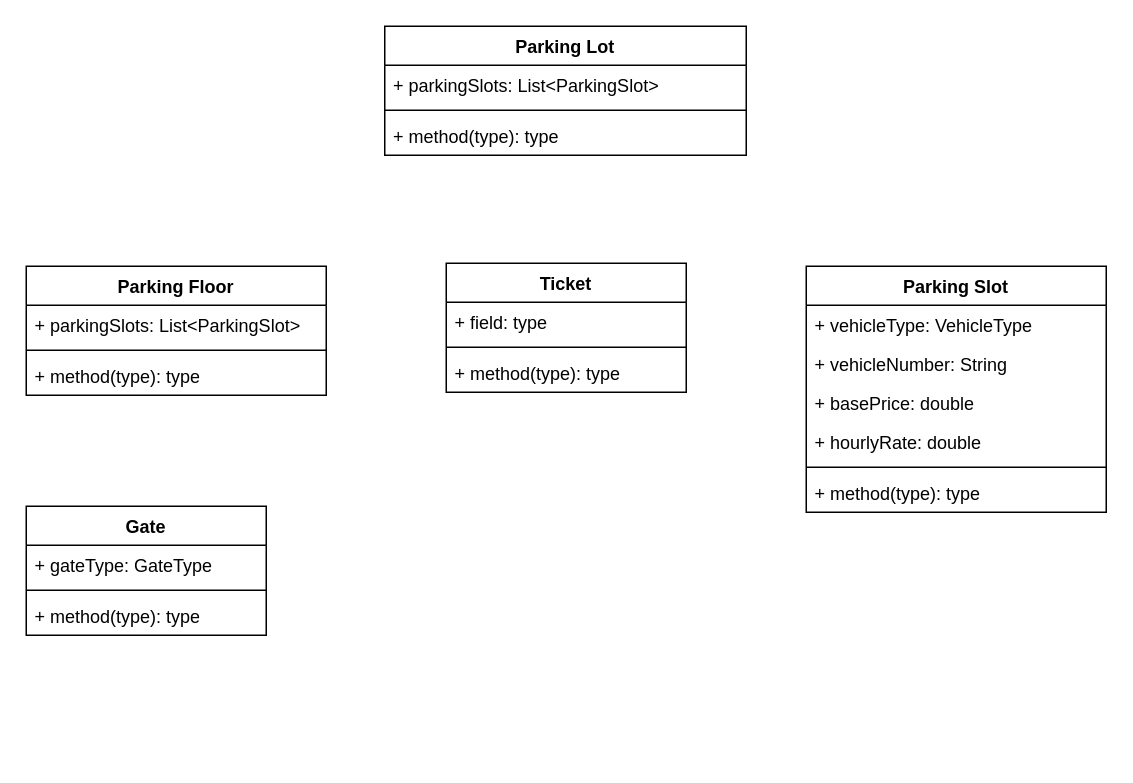
The draw.io diagram Parking_Lot_1.drawio in MANIKANTAABBURI/ScalerLLD3DrawIO, before the edit. Source tidied: cells renumbered, new cells numbered last; positions are measured from the earlier drawing's top-left corner, leaving out a move shared by most shapes. Both pictures are drawn from the tidied source at 150%, with x=0, y=0 at pixel (26, 26).
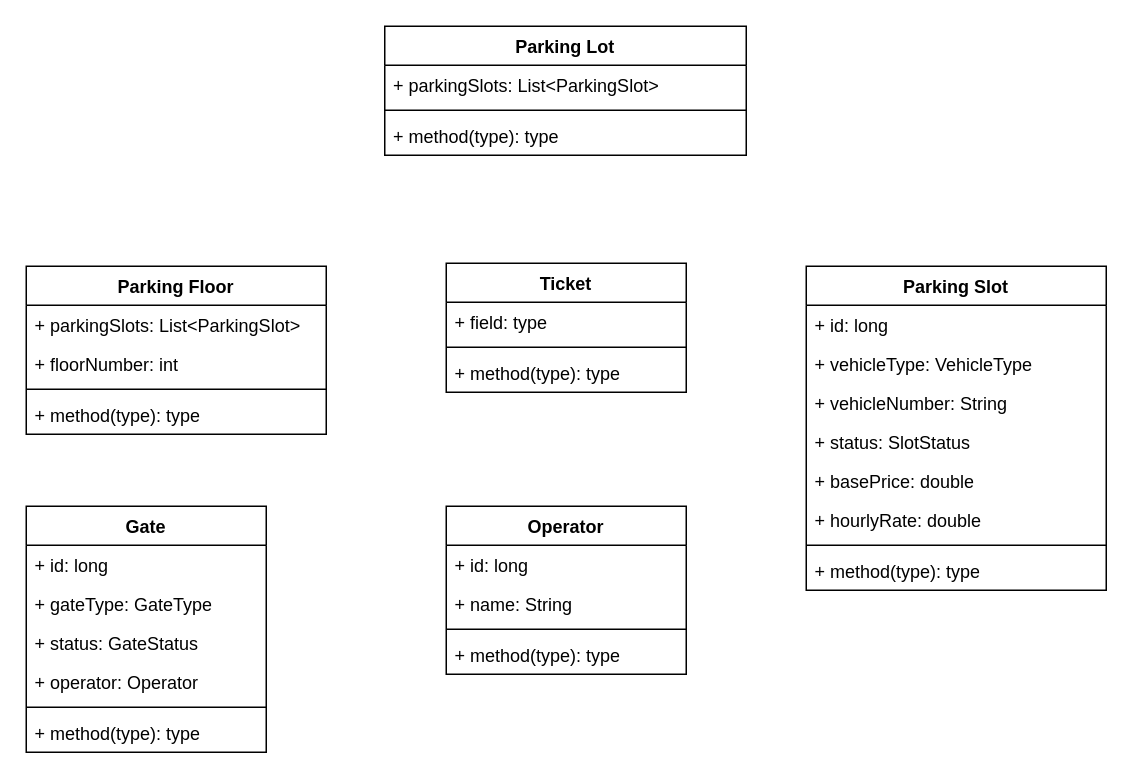
After the change.

Diff of the diagram source:
```diff
@@
     <mxCell id="6" value="Parking Floor" style="swimlane;fontStyle=1;align=center;verticalAlign=top;horizontal=1;startSize=26;whiteSpace=wrap;html=1;" parent="1" vertex="1">
-      <mxGeometry y="160" width="200" height="86" as="geometry" />
+      <mxGeometry y="160" width="200" height="112" as="geometry" />
     </mxCell>
@@
+    <mxCell id="25" value="+ floorNumber: int" style="text;strokeColor=none;fillColor=none;align=left;verticalAlign=top;spacingLeft=4;spacingRight=4;overflow=hidden;whiteSpace=wrap;html=1;" parent="6" vertex="1">
+      <mxGeometry y="52" width="200" height="26" as="geometry" />
+    </mxCell>
     <mxCell id="8" style="line;strokeWidth=1;fillColor=none;align=left;verticalAlign=middle;spacingTop=-1;spacingLeft=3;spacingRight=3;labelPosition=right;strokeColor=inherit;" parent="6" vertex="1">
-      <mxGeometry y="52" width="200" height="8" as="geometry" />
+      <mxGeometry y="78" width="200" height="8" as="geometry" />
     </mxCell>
     <mxCell id="9" value="+ method(type): type" style="text;strokeColor=none;fillColor=none;align=left;verticalAlign=top;spacingLeft=4;spacingRight=4;overflow=hidden;whiteSpace=wrap;html=1;" parent="6" vertex="1">
-      <mxGeometry y="60" width="200" height="26" as="geometry" />
+      <mxGeometry y="86" width="200" height="26" as="geometry" />
     </mxCell>
     <mxCell id="10" value="Parking Slot" style="swimlane;fontStyle=1;align=center;verticalAlign=top;horizontal=1;startSize=26;whiteSpace=wrap;html=1;" parent="1" vertex="1">
-      <mxGeometry x="520" y="160" width="200" height="164" as="geometry" />
+      <mxGeometry x="520" y="160" width="200" height="216" as="geometry" />
     </mxCell>
+    <mxCell id="26" value="+ id: long" style="text;strokeColor=none;fillColor=none;align=left;verticalAlign=top;spacingLeft=4;spacingRight=4;overflow=hidden;whiteSpace=wrap;html=1;" parent="10" vertex="1">
+      <mxGeometry y="26" width="200" height="26" as="geometry" />
+    </mxCell>
     <mxCell id="11" value="+ vehicleType: VehicleType" style="text;strokeColor=none;fillColor=none;align=left;verticalAlign=top;spacingLeft=4;spacingRight=4;overflow=hidden;whiteSpace=wrap;html=1;" parent="10" vertex="1">
-      <mxGeometry y="26" width="200" height="26" as="geometry" />
+      <mxGeometry y="52" width="200" height="26" as="geometry" />
     </mxCell>
     <mxCell id="12" value="+ vehicleNumber: String" style="text;strokeColor=none;fillColor=none;align=left;verticalAlign=top;spacingLeft=4;spacingRight=4;overflow=hidden;whiteSpace=wrap;html=1;" parent="10" vertex="1">
-      <mxGeometry y="52" width="200" height="26" as="geometry" />
+      <mxGeometry y="78" width="200" height="26" as="geometry" />
     </mxCell>
+    <mxCell id="27" value="+ status: SlotStatus" style="text;strokeColor=none;fillColor=none;align=left;verticalAlign=top;spacingLeft=4;spacingRight=4;overflow=hidden;whiteSpace=wrap;html=1;" parent="10" vertex="1">
+      <mxGeometry y="104" width="200" height="26" as="geometry" />
+    </mxCell>
     <mxCell id="13" value="+ basePrice: double" style="text;strokeColor=none;fillColor=none;align=left;verticalAlign=top;spacingLeft=4;spacingRight=4;overflow=hidden;whiteSpace=wrap;html=1;" parent="10" vertex="1">
-      <mxGeometry y="78" width="200" height="26" as="geometry" />
+      <mxGeometry y="130" width="200" height="26" as="geometry" />
     </mxCell>
     <mxCell id="14" value="+ hourlyRate: double" style="text;strokeColor=none;fillColor=none;align=left;verticalAlign=top;spacingLeft=4;spacingRight=4;overflow=hidden;whiteSpace=wrap;html=1;" parent="10" vertex="1">
-      <mxGeometry y="104" width="200" height="26" as="geometry" />
+      <mxGeometry y="156" width="200" height="26" as="geometry" />
     </mxCell>
     <mxCell id="15" style="line;strokeWidth=1;fillColor=none;align=left;verticalAlign=middle;spacingTop=-1;spacingLeft=3;spacingRight=3;labelPosition=right;strokeColor=inherit;" parent="10" vertex="1">
-      <mxGeometry y="130" width="200" height="8" as="geometry" />
+      <mxGeometry y="182" width="200" height="8" as="geometry" />
     </mxCell>
     <mxCell id="16" value="+ method(type): type" style="text;strokeColor=none;fillColor=none;align=left;verticalAlign=top;spacingLeft=4;spacingRight=4;overflow=hidden;whiteSpace=wrap;html=1;" parent="10" vertex="1">
-      <mxGeometry y="138" width="200" height="26" as="geometry" />
+      <mxGeometry y="190" width="200" height="26" as="geometry" />
     </mxCell>
@@
     <mxCell id="21" value="Gate" style="swimlane;fontStyle=1;align=center;verticalAlign=top;horizontal=1;startSize=26;whiteSpace=wrap;html=1;" parent="1" vertex="1">
-      <mxGeometry y="320" width="160" height="86" as="geometry" />
+      <mxGeometry y="320" width="160" height="164" as="geometry" />
     </mxCell>
+    <mxCell id="28" value="+ id: long" style="text;strokeColor=none;fillColor=none;align=left;verticalAlign=top;spacingLeft=4;spacingRight=4;overflow=hidden;whiteSpace=wrap;html=1;" parent="21" vertex="1">
+      <mxGeometry y="26" width="160" height="26" as="geometry" />
+    </mxCell>
     <mxCell id="22" value="+ gateType: GateType" style="text;strokeColor=none;fillColor=none;align=left;verticalAlign=top;spacingLeft=4;spacingRight=4;overflow=hidden;whiteSpace=wrap;html=1;" parent="21" vertex="1">
-      <mxGeometry y="26" width="160" height="26" as="geometry" />
+      <mxGeometry y="52" width="160" height="26" as="geometry" />
     </mxCell>
+    <mxCell id="29" value="+ status: GateStatus" style="text;strokeColor=none;fillColor=none;align=left;verticalAlign=top;spacingLeft=4;spacingRight=4;overflow=hidden;whiteSpace=wrap;html=1;" parent="21" vertex="1">
+      <mxGeometry y="78" width="160" height="26" as="geometry" />
+    </mxCell>
+    <mxCell id="30" value="+ operator: Operator" style="text;strokeColor=none;fillColor=none;align=left;verticalAlign=top;spacingLeft=4;spacingRight=4;overflow=hidden;whiteSpace=wrap;html=1;" parent="21" vertex="1">
+      <mxGeometry y="104" width="160" height="26" as="geometry" />
+    </mxCell>
     <mxCell id="23" style="line;strokeWidth=1;fillColor=none;align=left;verticalAlign=middle;spacingTop=-1;spacingLeft=3;spacingRight=3;labelPosition=right;strokeColor=inherit;" parent="21" vertex="1">
-      <mxGeometry y="52" width="160" height="8" as="geometry" />
+      <mxGeometry y="130" width="160" height="8" as="geometry" />
     </mxCell>
     <mxCell id="24" value="+ method(type): type" style="text;strokeColor=none;fillColor=none;align=left;verticalAlign=top;spacingLeft=4;spacingRight=4;overflow=hidden;whiteSpace=wrap;html=1;" parent="21" vertex="1">
-      <mxGeometry y="60" width="160" height="26" as="geometry" />
+      <mxGeometry y="138" width="160" height="26" as="geometry" />
     </mxCell>
+    <mxCell id="31" value="Operator" style="swimlane;fontStyle=1;align=center;verticalAlign=top;horizontal=1;startSize=26;whiteSpace=wrap;html=1;" parent="1" vertex="1">
+      <mxGeometry x="280" y="320" width="160" height="112" as="geometry" />
+    </mxCell>
+    <mxCell id="32" value="+ id: long" style="text;strokeColor=none;fillColor=none;align=left;verticalAlign=top;spacingLeft=4;spacingRight=4;overflow=hidden;whiteSpace=wrap;html=1;" parent="31" vertex="1">
+      <mxGeometry y="26" width="160" height="26" as="geometry" />
+    </mxCell>
+    <mxCell id="33" value="+ name: String" style="text;strokeColor=none;fillColor=none;align=left;verticalAlign=top;spacingLeft=4;spacingRight=4;overflow=hidden;whiteSpace=wrap;html=1;" parent="31" vertex="1">
+      <mxGeometry y="52" width="160" height="26" as="geometry" />
+    </mxCell>
+    <mxCell id="34" style="line;strokeWidth=1;fillColor=none;align=left;verticalAlign=middle;spacingTop=-1;spacingLeft=3;spacingRight=3;labelPosition=right;strokeColor=inherit;" parent="31" vertex="1">
+      <mxGeometry y="78" width="160" height="8" as="geometry" />
+    </mxCell>
+    <mxCell id="35" value="+ method(type): type" style="text;strokeColor=none;fillColor=none;align=left;verticalAlign=top;spacingLeft=4;spacingRight=4;overflow=hidden;whiteSpace=wrap;html=1;" parent="31" vertex="1">
+      <mxGeometry y="86" width="160" height="26" as="geometry" />
+    </mxCell>
```
